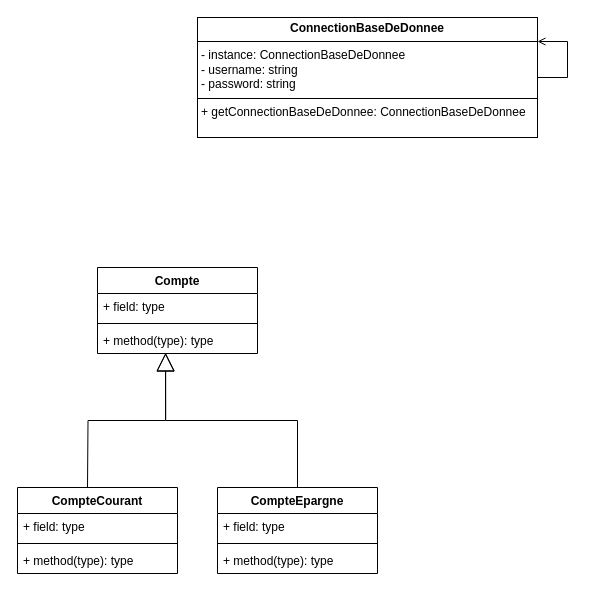
This is docs/DiagrammeDeClasse.drawio from SamuelFMS/18-Dev-Design-Patern, a draw.io file, before an edit. Source tidied: cells renumbered, new cells numbered last; positions are measured from the earlier drawing's top-left corner, leaving out a move shared by most shapes. Both pictures are drawn from the tidied source at 100%, with x=0, y=0 at pixel (17, 17).
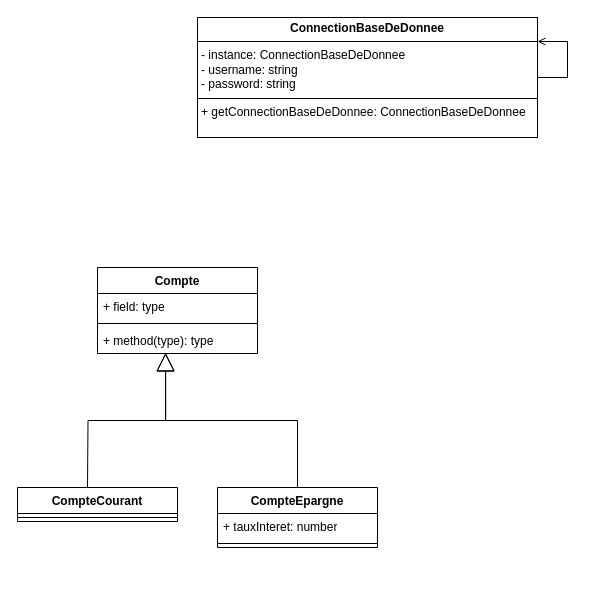
The same page after the edit.

Commit message:
docs: Ajout dans le diagramme de classe Compte epargne valeur d'interet

Diff of the diagram source:
```diff
@@
     <mxCell id="8" value="CompteCourant" style="swimlane;fontStyle=1;align=center;verticalAlign=top;horizontal=1;startSize=26;whiteSpace=wrap;html=1;" parent="1" vertex="1">
-      <mxGeometry y="470" width="160" height="86" as="geometry" />
+      <mxGeometry y="470" width="160" height="34" as="geometry" />
     </mxCell>
@@
+    <mxCell id="11" style="line;strokeWidth=1;fillColor=none;align=left;verticalAlign=middle;spacingTop=-1;spacingLeft=3;spacingRight=3;labelPosition=right;strokeColor=inherit;labelPerimeter=1;" parent="8" vertex="1">
+      <mxGeometry y="26" width="160" height="8" as="geometry" />
+    </mxCell>
+    <mxCell id="13" value="CompteEpargne" style="swimlane;fontStyle=1;align=center;verticalAlign=top;horizontal=1;startSize=26;whiteSpace=wrap;html=1;" parent="1" vertex="1">
+      <mxGeometry x="200" y="470" width="160" height="60" as="geometry" />
+    </mxCell>
-    <mxCell id="10" value="+ field: type" style="text;strokeColor=none;fillColor=none;align=left;verticalAlign=top;spacingLeft=4;spacingRight=4;overflow=hidden;whiteSpace=wrap;html=1;" parent="8" vertex="1">
+    <mxCell id="10" value="+ tauxInteret: number" style="text;strokeColor=none;fillColor=none;align=left;verticalAlign=top;spacingLeft=4;spacingRight=4;overflow=hidden;whiteSpace=wrap;html=1;" parent="13" vertex="1">
       <mxGeometry y="26" width="160" height="26" as="geometry" />
     </mxCell>
-    <mxCell id="11" style="line;strokeWidth=1;fillColor=none;align=left;verticalAlign=middle;spacingTop=-1;spacingLeft=3;spacingRight=3;labelPosition=right;strokeColor=inherit;labelPerimeter=1;" parent="8" vertex="1">
-      <mxGeometry y="52" width="160" height="8" as="geometry" />
-    </mxCell>
-    <mxCell id="12" value="+ method(type): type" style="text;strokeColor=none;fillColor=none;align=left;verticalAlign=top;spacingLeft=4;spacingRight=4;overflow=hidden;whiteSpace=wrap;html=1;" parent="8" vertex="1">
-      <mxGeometry y="60" width="160" height="26" as="geometry" />
-    </mxCell>
-    <mxCell id="13" value="CompteEpargne" style="swimlane;fontStyle=1;align=center;verticalAlign=top;horizontal=1;startSize=26;whiteSpace=wrap;html=1;" parent="1" vertex="1">
-      <mxGeometry x="200" y="470" width="160" height="86" as="geometry" />
-    </mxCell>
-    <mxCell id="14" value="+ field: type" style="text;strokeColor=none;fillColor=none;align=left;verticalAlign=top;spacingLeft=4;spacingRight=4;overflow=hidden;whiteSpace=wrap;html=1;" parent="13" vertex="1">
-      <mxGeometry y="26" width="160" height="26" as="geometry" />
-    </mxCell>
@@
-    <mxCell id="16" value="+ method(type): type" style="text;strokeColor=none;fillColor=none;align=left;verticalAlign=top;spacingLeft=4;spacingRight=4;overflow=hidden;whiteSpace=wrap;html=1;" parent="13" vertex="1">
-      <mxGeometry y="60" width="160" height="26" as="geometry" />
-    </mxCell>
```
